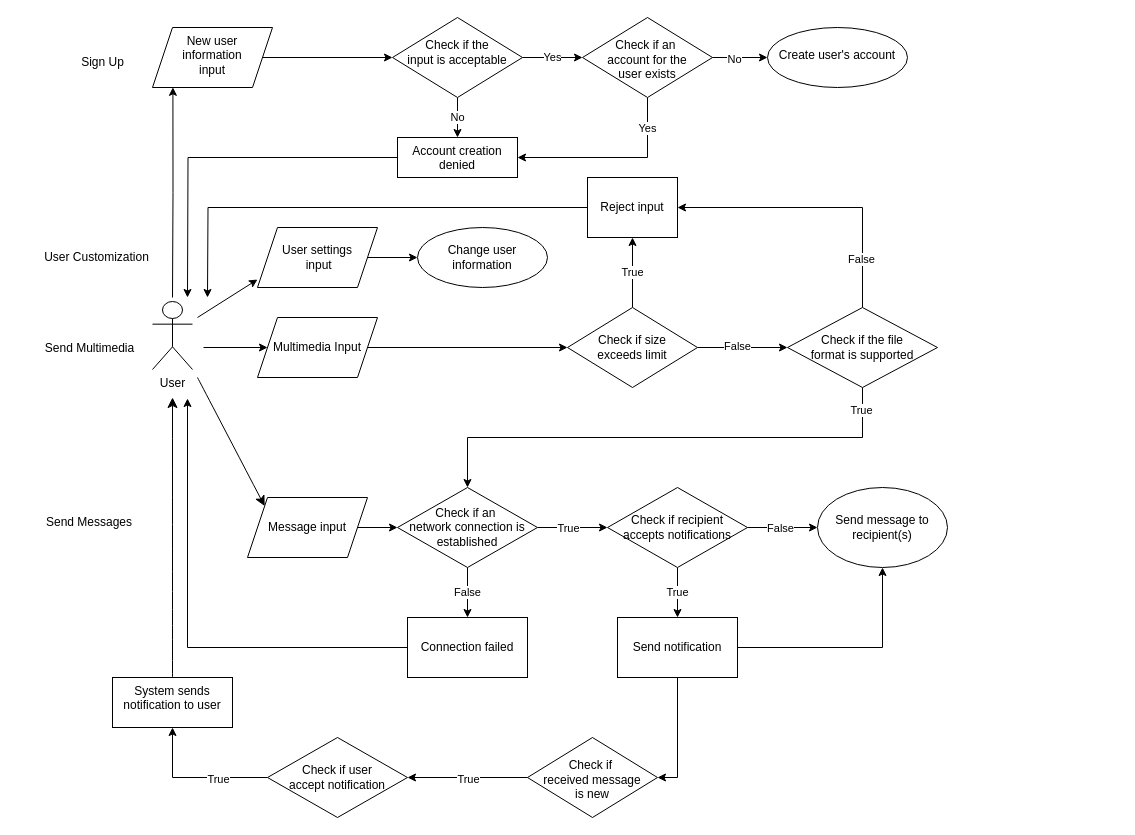
M4RL1M/CPSC-362-Chat-App-Project keeps this draw.io diagram as context.drawio. Above is the earlier version. Source tidied: cells renumbered, new cells numbered last; positions are measured from the earlier drawing's top-left corner, leaving out a move shared by most shapes. Both pictures are drawn from the tidied source at 100%, with x=0, y=0 at pixel (17, 17).
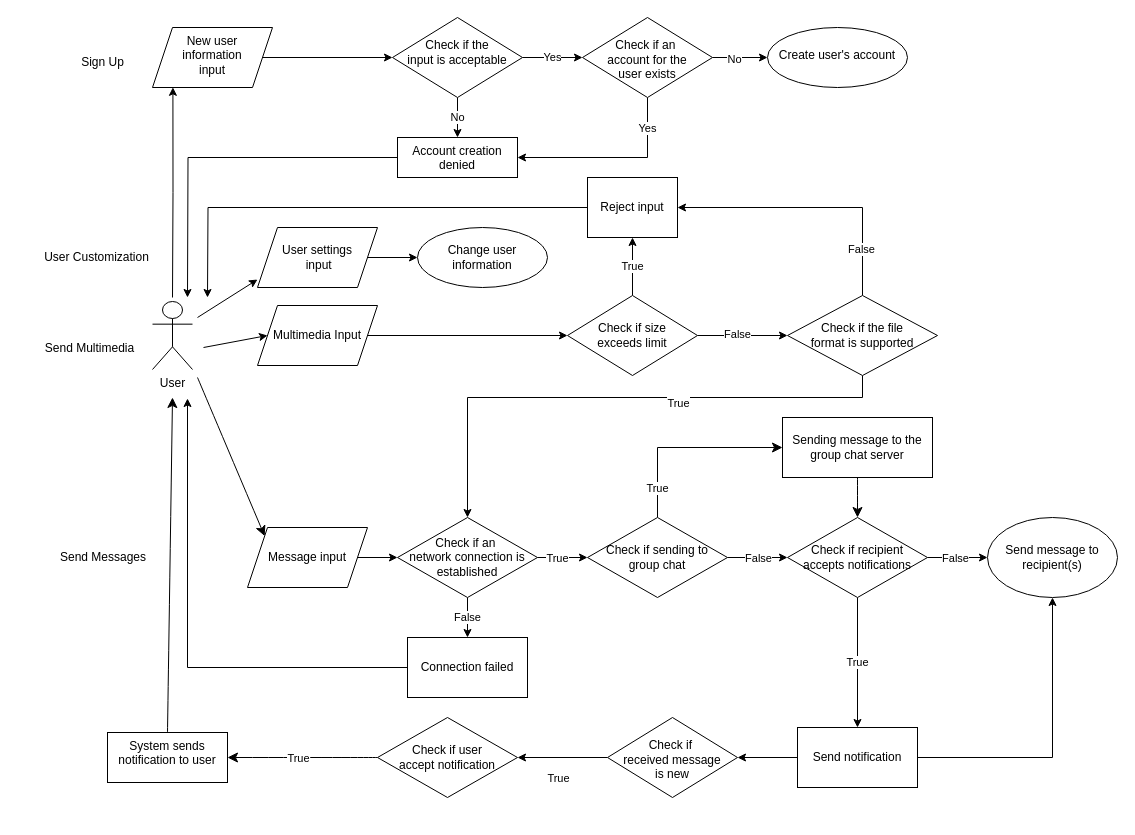
Above is the later version.

The change refers to these unchanged cells:
```xml
<mxCell id="51" style="edgeStyle=orthogonalEdgeStyle;rounded=0;jettySize=auto;html=1;entryX=0;entryY=0.5;entryDx=0;entryDy=0;" parent="1" edge="1" source="53" target="62">
  <mxGeometry relative="1" as="geometry" />
</mxCell>
```

Diff of the diagram source:
```diff
@@
+    <mxCell id="64" style="endArrow=classic;html=1;rounded=0;fontSize=12;startSize=8;endSize=8;exitX=0.5;exitY=0;exitDx=0;exitDy=0;edgeStyle=orthogonalEdgeStyle;entryX=0;entryY=0.5;entryDx=0;entryDy=0;" parent="1" edge="1" source="69" target="70">
+      <mxGeometry relative="1" as="geometry">
+        <Array as="points">
+          <mxPoint x="640" y="430" />
+        </Array>
+      </mxGeometry>
+    </mxCell>
@@
     <mxCell id="20" value="Send Messages" style="text;html=1;align=center;verticalAlign=middle;whiteSpace=wrap;rounded=0;" parent="1" vertex="1">
-      <mxGeometry y="490" width="144" height="30" as="geometry" />
+      <mxGeometry x="14" y="525" width="144" height="30" as="geometry" />
     </mxCell>
@@
-    <mxCell id="25" style="edgeStyle=orthogonalEdgeStyle;rounded=0;jettySize=auto;html=1;entryX=0;entryY=0.5;entryDx=0;entryDy=0;exitX=1;exitY=0.5;exitDx=0;exitDy=0;" parent="1" edge="1" source="27" target="34">
+    <mxCell id="25" style="edgeStyle=orthogonalEdgeStyle;rounded=0;jettySize=auto;html=1;entryX=0;entryY=0.5;entryDx=0;entryDy=0;exitX=1;exitY=0.5;exitDx=0;exitDy=0;" parent="1" edge="1" source="69" target="34">
       <mxGeometry relative="1" as="geometry" />
     </mxCell>
-    <mxCell id="26" value="True" style="edgeLabel;html=1;align=center;verticalAlign=middle;" parent="25" vertex="1">
-      <mxGeometry x="-0.12" y="4" relative="1" as="geometry">
-        <mxPoint x="-1" y="4" as="offset" />
-      </mxGeometry>
-    </mxCell>
     <mxCell id="27" value="Check if an&amp;nbsp;&lt;div&gt;network connection is&lt;div&gt;established&lt;/div&gt;&lt;/div&gt;" style="rhombus;whiteSpace=wrap;html=1;" parent="1" vertex="1">
-      <mxGeometry x="380" y="470" width="140" height="80" as="geometry" />
+      <mxGeometry x="380" y="500" width="140" height="80" as="geometry" />
     </mxCell>
@@
     <mxCell id="29" style="edgeStyle=orthogonalEdgeStyle;rounded=0;jettySize=auto;html=1;exitX=0;exitY=0.5;exitDx=0;exitDy=0;" parent="1" edge="1" source="30">
       <mxGeometry relative="1" as="geometry">
         <mxPoint x="170" y="381" as="targetPoint" />
         <Array as="points">
-          <mxPoint x="170" y="630" />
+          <mxPoint x="170" y="650" />
         </Array>
       </mxGeometry>
     </mxCell>
     <mxCell id="30" value="Connection failed" style="whiteSpace=wrap;html=1;" parent="1" vertex="1">
-      <mxGeometry x="390" y="600" width="120" height="60" as="geometry" />
+      <mxGeometry x="390" y="620" width="120" height="60" as="geometry" />
     </mxCell>
@@
     <mxCell id="34" value="Check if recipient&lt;div&gt;accepts notifications&lt;/div&gt;" style="rhombus;whiteSpace=wrap;html=1;" parent="1" vertex="1">
-      <mxGeometry x="590" y="470" width="140" height="80" as="geometry" />
+      <mxGeometry x="770" y="500" width="140" height="80" as="geometry" />
     </mxCell>
@@
     <mxCell id="36" value="Message input" style="shape=parallelogram;perimeter=parallelogramPerimeter;whiteSpace=wrap;html=1;fixedSize=1;" parent="1" vertex="1">
-      <mxGeometry x="230" y="480" width="120" height="60" as="geometry" />
+      <mxGeometry x="230" y="510" width="120" height="60" as="geometry" />
     </mxCell>
-    <mxCell id="37" style="edgeStyle=orthogonalEdgeStyle;rounded=0;jettySize=auto;html=1;exitX=0;exitY=0.5;exitDx=0;exitDy=0;entryX=0.5;entryY=1;entryDx=0;entryDy=0;" parent="1" edge="1" source="38" target="43">
+    <mxCell id="37" style="edgeStyle=none;curved=1;rounded=0;jettySize=auto;html=1;fontSize=12;startSize=8;endSize=8;entryX=1;entryY=0.5;entryDx=0;entryDy=0;" parent="1" edge="1" source="38" target="43">
       <mxGeometry relative="1" as="geometry" />
     </mxCell>
     <mxCell id="38" value="Check if user&lt;div&gt;accept notification&lt;/div&gt;" style="rhombus;whiteSpace=wrap;html=1;" parent="1" vertex="1">
-      <mxGeometry x="250" y="720" width="140" height="80" as="geometry" />
+      <mxGeometry x="360" y="700" width="140" height="80" as="geometry" />
     </mxCell>
@@
     <mxCell id="42" value="Send notification" style="whiteSpace=wrap;html=1;" parent="1" vertex="1">
-      <mxGeometry x="600" y="600" width="120" height="60" as="geometry" />
+      <mxGeometry x="780" y="710" width="120" height="60" as="geometry" />
     </mxCell>
     <mxCell id="43" value="&lt;div&gt;&lt;span style=&quot;background-color: initial;&quot;&gt;System sends&lt;/span&gt;&lt;/div&gt;&lt;div&gt;&lt;span style=&quot;background-color: initial;&quot;&gt;notification to user&lt;/span&gt;&lt;/div&gt;" style="whiteSpace=wrap;html=1;verticalAlign=top;" parent="1" vertex="1">
-      <mxGeometry x="95" y="660" width="120" height="50" as="geometry" />
+      <mxGeometry x="90" y="715" width="120" height="50" as="geometry" />
     </mxCell>
     <mxCell id="44" value="Send message to recipient(s)" style="ellipse;whiteSpace=wrap;html=1;" parent="1" vertex="1">
-      <mxGeometry x="800" y="470" width="130" height="80" as="geometry" />
+      <mxGeometry x="970" y="500" width="130" height="80" as="geometry" />
     </mxCell>
     <mxCell id="45" value="&lt;div&gt;&lt;br&gt;&lt;/div&gt;&lt;div&gt;Check if&amp;nbsp;&lt;br&gt;&lt;/div&gt;&lt;div&gt;received message&lt;/div&gt;&lt;div&gt;is new&lt;/div&gt;" style="rhombus;whiteSpace=wrap;html=1;verticalAlign=top;" parent="1" vertex="1">
-      <mxGeometry x="510" y="720" width="130" height="80" as="geometry" />
+      <mxGeometry x="590" y="700" width="130" height="80" as="geometry" />
     </mxCell>
@@
     <mxCell id="47" value="Multimedia Input" style="shape=parallelogram;perimeter=parallelogramPerimeter;whiteSpace=wrap;html=1;fixedSize=1;" parent="1" vertex="1">
-      <mxGeometry x="240" y="300" width="120" height="60" as="geometry" />
+      <mxGeometry x="240" y="288" width="120" height="60" as="geometry" />
     </mxCell>
@@
+    <mxCell id="65" value="False" style="edgeLabel;html=1;align=center;verticalAlign=middle;" parent="51" vertex="1">
+      <mxGeometry x="-0.13" y="2" relative="1" as="geometry">
+        <mxPoint x="21" y="224" as="offset" />
+      </mxGeometry>
+    </mxCell>
     <mxCell id="53" value="Check if size&lt;div&gt;exceeds limit&lt;/div&gt;" style="rhombus;whiteSpace=wrap;html=1;" parent="1" vertex="1">
-      <mxGeometry x="550" y="290" width="130" height="80" as="geometry" />
+      <mxGeometry x="550" y="278" width="130" height="80" as="geometry" />
     </mxCell>
@@
     <mxCell id="58" style="edgeStyle=orthogonalEdgeStyle;rounded=0;jettySize=auto;html=1;exitX=0.5;exitY=1;exitDx=0;exitDy=0;entryX=0.5;entryY=0;entryDx=0;entryDy=0;" parent="1" edge="1" source="62" target="27">
-      <mxGeometry relative="1" as="geometry" />
+      <mxGeometry relative="1" as="geometry">
+        <Array as="points">
+          <mxPoint x="845" y="380" />
+          <mxPoint x="450" y="380" />
+        </Array>
+      </mxGeometry>
     </mxCell>
     <mxCell id="59" value="True" style="edgeLabel;html=1;align=center;verticalAlign=middle;" parent="58" vertex="1">
-      <mxGeometry x="-0.91" y="-2" relative="1" as="geometry" />
+      <mxGeometry x="-0.91" y="-2" relative="1" as="geometry">
+        <mxPoint x="-183" y="7" as="offset" />
+      </mxGeometry>
     </mxCell>
     <mxCell id="60" value="True" style="edgeLabel;html=1;align=center;verticalAlign=middle;" parent="58" vertex="1">
       <mxGeometry x="-0.91" y="-2" relative="1" as="geometry">
-        <mxPoint x="-393" y="369" as="offset" />
+        <mxPoint x="-303" y="382" as="offset" />
       </mxGeometry>
     </mxCell>
     <mxCell id="61" value="True" style="edgeLabel;html=1;align=center;verticalAlign=middle;" parent="58" vertex="1">
       <mxGeometry x="-0.91" y="-2" relative="1" as="geometry">
-        <mxPoint x="-643" y="369" as="offset" />
+        <mxPoint x="-563" y="362" as="offset" />
       </mxGeometry>
     </mxCell>
     <mxCell id="62" value="Check if the file&lt;div&gt;format is supported&lt;/div&gt;" style="rhombus;whiteSpace=wrap;html=1;" parent="1" vertex="1">
-      <mxGeometry x="770" y="290" width="150" height="80" as="geometry" />
+      <mxGeometry x="770" y="278" width="150" height="80" as="geometry" />
     </mxCell>
@@
+    <mxCell id="66" style="edgeStyle=orthogonalEdgeStyle;rounded=0;jettySize=auto;html=1;entryX=0;entryY=0.5;entryDx=0;entryDy=0;exitX=1;exitY=0.5;exitDx=0;exitDy=0;" parent="1" edge="1" source="27" target="69">
+      <mxGeometry relative="1" as="geometry" />
+    </mxCell>
+    <mxCell id="67" value="True" style="edgeLabel;html=1;align=center;verticalAlign=middle;" parent="66" vertex="1">
+      <mxGeometry x="-0.12" y="4" relative="1" as="geometry">
+        <mxPoint x="97" y="-66" as="offset" />
+      </mxGeometry>
+    </mxCell>
+    <mxCell id="68" value="True" style="edgeLabel;html=1;align=center;verticalAlign=middle;" parent="66" vertex="1">
+      <mxGeometry x="-0.12" y="4" relative="1" as="geometry">
+        <mxPoint x="-3" y="4" as="offset" />
+      </mxGeometry>
+    </mxCell>
+    <mxCell id="69" value="Check if sending to&lt;div&gt;group chat&lt;/div&gt;" style="rhombus;whiteSpace=wrap;html=1;" parent="1" vertex="1">
+      <mxGeometry x="570" y="500" width="140" height="80" as="geometry" />
+    </mxCell>
+    <mxCell id="70" value="Sending message to the group chat server" style="rounded=0;whiteSpace=wrap;html=1;" parent="1" vertex="1">
+      <mxGeometry x="765" y="400" width="150" height="60" as="geometry" />
+    </mxCell>
+    <mxCell id="71" style="endArrow=classic;html=1;rounded=0;fontSize=12;startSize=8;endSize=8;curved=1;exitX=0.5;exitY=1;exitDx=0;exitDy=0;entryX=0.5;entryY=0;entryDx=0;entryDy=0;" parent="1" edge="1" source="70" target="34">
+      <mxGeometry relative="1" as="geometry" />
+    </mxCell>
```
